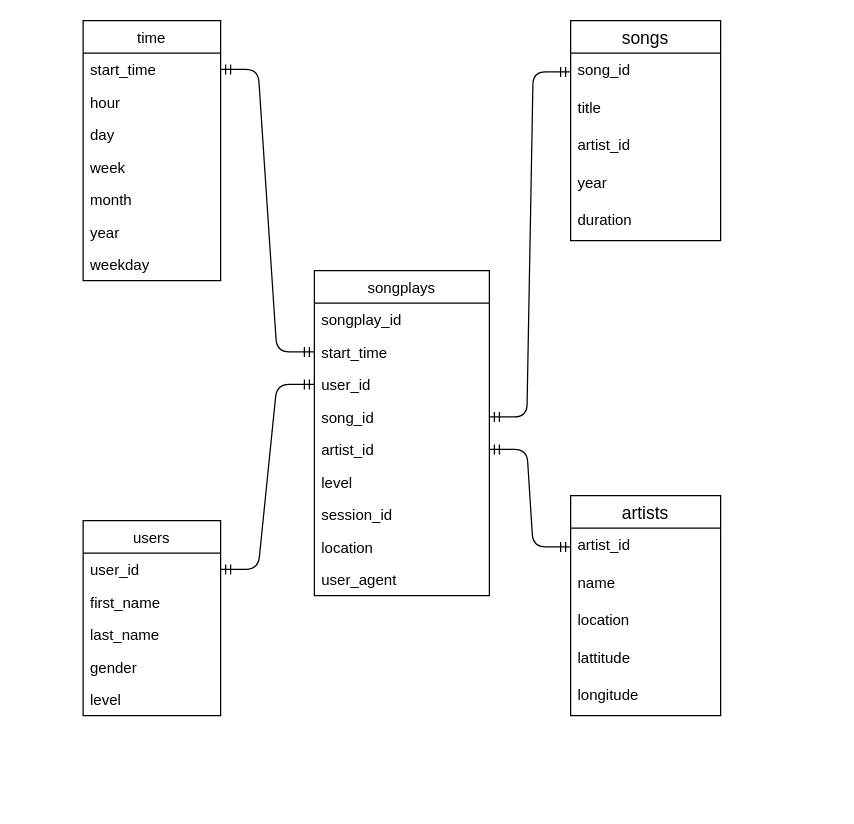
This is song_analysis.drawio from yugyesh/song_analysis_warehouse, a draw.io file, before an edit. Source tidied: cells renumbered, new cells numbered last; positions are measured from the earlier drawing's top-left corner, leaving out a move shared by most shapes. Both pictures are drawn from the tidied source at 125%, with x=0, y=0 at pixel (82, 20).
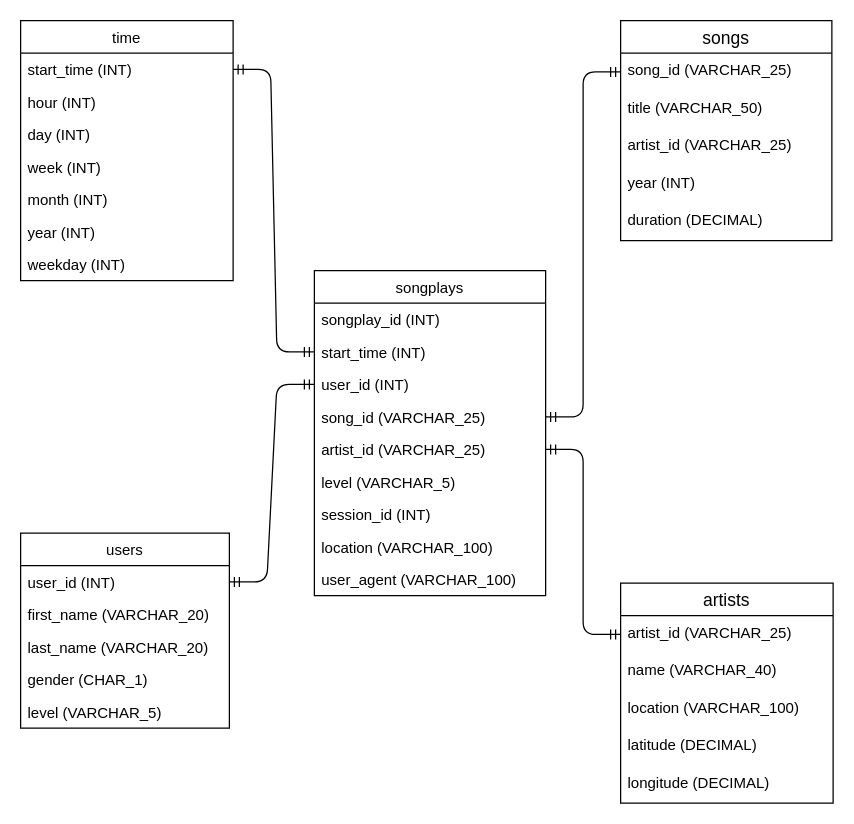
The same page after the edit.

Change to the diagram source:
```diff
@@
     <mxCell id="2" value="songplays" style="swimlane;fontStyle=0;horizontal=1;startSize=26;" parent="1" vertex="1">
-      <mxGeometry x="185" y="200" width="140" height="260" as="geometry" />
+      <mxGeometry x="185" y="200" width="185" height="260" as="geometry" />
     </mxCell>
-    <mxCell id="3" value="songplay_id" style="text;strokeColor=none;fillColor=none;align=left;verticalAlign=top;spacingLeft=4;spacingRight=4;overflow=hidden;" parent="2" vertex="1">
-      <mxGeometry y="26" width="140" height="26" as="geometry" />
+    <mxCell id="3" value="songplay_id (INT)" style="text;strokeColor=none;fillColor=none;align=left;verticalAlign=top;spacingLeft=4;spacingRight=4;overflow=hidden;" parent="2" vertex="1">
+      <mxGeometry y="26" width="185" height="26" as="geometry" />
     </mxCell>
-    <mxCell id="4" value="start_time" style="text;strokeColor=none;fillColor=none;align=left;verticalAlign=top;spacingLeft=4;spacingRight=4;overflow=hidden;points=[[0,0.5],[1,0.5]];portConstraint=eastwest;" parent="2" vertex="1">
-      <mxGeometry y="52" width="140" height="26" as="geometry" />
+    <mxCell id="4" value="start_time (INT)" style="text;strokeColor=none;fillColor=none;align=left;verticalAlign=top;spacingLeft=4;spacingRight=4;overflow=hidden;points=[[0,0.5],[1,0.5]];portConstraint=eastwest;" parent="2" vertex="1">
+      <mxGeometry y="52" width="185" height="26" as="geometry" />
     </mxCell>
-    <mxCell id="5" value="user_id" style="text;strokeColor=none;fillColor=none;align=left;verticalAlign=top;spacingLeft=4;spacingRight=4;overflow=hidden;points=[[0,0.5],[1,0.5]];portConstraint=eastwest;" parent="2" vertex="1">
-      <mxGeometry y="78" width="140" height="26" as="geometry" />
+    <mxCell id="5" value="user_id (INT)" style="text;strokeColor=none;fillColor=none;align=left;verticalAlign=top;spacingLeft=4;spacingRight=4;overflow=hidden;points=[[0,0.5],[1,0.5]];portConstraint=eastwest;" parent="2" vertex="1">
+      <mxGeometry y="78" width="185" height="26" as="geometry" />
     </mxCell>
-    <mxCell id="6" value="song_id" style="text;strokeColor=none;fillColor=none;align=left;verticalAlign=top;spacingLeft=4;spacingRight=4;overflow=hidden;points=[[0,0.5],[1,0.5]];portConstraint=eastwest;" parent="2" vertex="1">
-      <mxGeometry y="104" width="140" height="26" as="geometry" />
+    <mxCell id="6" value="song_id (VARCHAR_25)" style="text;strokeColor=none;fillColor=none;align=left;verticalAlign=top;spacingLeft=4;spacingRight=4;overflow=hidden;points=[[0,0.5],[1,0.5]];portConstraint=eastwest;" parent="2" vertex="1">
+      <mxGeometry y="104" width="185" height="26" as="geometry" />
     </mxCell>
-    <mxCell id="7" value="artist_id" style="text;strokeColor=none;fillColor=none;align=left;verticalAlign=top;spacingLeft=4;spacingRight=4;overflow=hidden;points=[[0,0.5],[1,0.5]];portConstraint=eastwest;" parent="2" vertex="1">
-      <mxGeometry y="130" width="140" height="26" as="geometry" />
+    <mxCell id="7" value="artist_id (VARCHAR_25)" style="text;strokeColor=none;fillColor=none;align=left;verticalAlign=top;spacingLeft=4;spacingRight=4;overflow=hidden;points=[[0,0.5],[1,0.5]];portConstraint=eastwest;" parent="2" vertex="1">
+      <mxGeometry y="130" width="185" height="26" as="geometry" />
     </mxCell>
-    <mxCell id="8" value="level" style="text;strokeColor=none;fillColor=none;align=left;verticalAlign=top;spacingLeft=4;spacingRight=4;overflow=hidden;" parent="2" vertex="1">
-      <mxGeometry y="156" width="140" height="26" as="geometry" />
+    <mxCell id="8" value="level (VARCHAR_5)" style="text;strokeColor=none;fillColor=none;align=left;verticalAlign=top;spacingLeft=4;spacingRight=4;overflow=hidden;" parent="2" vertex="1">
+      <mxGeometry y="156" width="185" height="26" as="geometry" />
     </mxCell>
-    <mxCell id="9" value="session_id    " style="text;strokeColor=none;fillColor=none;align=left;verticalAlign=top;spacingLeft=4;spacingRight=4;overflow=hidden;" parent="2" vertex="1">
-      <mxGeometry y="182" width="140" height="26" as="geometry" />
+    <mxCell id="9" value="session_id (INT)" style="text;strokeColor=none;fillColor=none;align=left;verticalAlign=top;spacingLeft=4;spacingRight=4;overflow=hidden;" parent="2" vertex="1">
+      <mxGeometry y="182" width="185" height="26" as="geometry" />
     </mxCell>
-    <mxCell id="10" value="location" style="text;strokeColor=none;fillColor=none;align=left;verticalAlign=top;spacingLeft=4;spacingRight=4;overflow=hidden;" parent="2" vertex="1">
-      <mxGeometry y="208" width="140" height="26" as="geometry" />
+    <mxCell id="10" value="location (VARCHAR_100)" style="text;strokeColor=none;fillColor=none;align=left;verticalAlign=top;spacingLeft=4;spacingRight=4;overflow=hidden;" parent="2" vertex="1">
+      <mxGeometry y="208" width="185" height="26" as="geometry" />
     </mxCell>
-    <mxCell id="11" value="user_agent" style="text;strokeColor=none;fillColor=none;align=left;verticalAlign=top;spacingLeft=4;spacingRight=4;overflow=hidden;" parent="2" vertex="1">
-      <mxGeometry y="234" width="140" height="26" as="geometry" />
+    <mxCell id="11" value="user_agent (VARCHAR_100)" style="text;strokeColor=none;fillColor=none;align=left;verticalAlign=top;spacingLeft=4;spacingRight=4;overflow=hidden;" parent="2" vertex="1">
+      <mxGeometry y="234" width="185" height="26" as="geometry" />
     </mxCell>
     <mxCell id="12" value="users" style="swimlane;fontStyle=0;horizontal=1;startSize=26;" parent="1" vertex="1">
-      <mxGeometry y="400" width="110" height="156" as="geometry" />
+      <mxGeometry x="-50" y="410" width="167" height="156" as="geometry" />
     </mxCell>
-    <mxCell id="13" value="user_id" style="text;strokeColor=none;fillColor=none;align=left;verticalAlign=top;spacingLeft=4;spacingRight=4;overflow=hidden;points=[[0,0.5],[1,0.5]];portConstraint=eastwest;" parent="12" vertex="1">
-      <mxGeometry y="26" width="110" height="26" as="geometry" />
+    <mxCell id="13" value="user_id (INT)" style="text;strokeColor=none;fillColor=none;align=left;verticalAlign=top;spacingLeft=4;spacingRight=4;overflow=hidden;points=[[0,0.5],[1,0.5]];portConstraint=eastwest;" parent="12" vertex="1">
+      <mxGeometry y="26" width="167" height="26" as="geometry" />
     </mxCell>
-    <mxCell id="14" value="first_name    " style="text;strokeColor=none;fillColor=none;align=left;verticalAlign=top;spacingLeft=4;spacingRight=4;overflow=hidden;" parent="12" vertex="1">
-      <mxGeometry y="52" width="110" height="26" as="geometry" />
+    <mxCell id="14" value="first_name (VARCHAR_20)" style="text;strokeColor=none;fillColor=none;align=left;verticalAlign=top;spacingLeft=4;spacingRight=4;overflow=hidden;" parent="12" vertex="1">
+      <mxGeometry y="52" width="167" height="26" as="geometry" />
     </mxCell>
-    <mxCell id="15" value="last_name" style="text;strokeColor=none;fillColor=none;align=left;verticalAlign=top;spacingLeft=4;spacingRight=4;overflow=hidden;" parent="12" vertex="1">
-      <mxGeometry y="78" width="110" height="26" as="geometry" />
+    <mxCell id="15" value="last_name (VARCHAR_20)" style="text;strokeColor=none;fillColor=none;align=left;verticalAlign=top;spacingLeft=4;spacingRight=4;overflow=hidden;" parent="12" vertex="1">
+      <mxGeometry y="78" width="167" height="26" as="geometry" />
     </mxCell>
-    <mxCell id="16" value="gender" style="text;strokeColor=none;fillColor=none;align=left;verticalAlign=top;spacingLeft=4;spacingRight=4;overflow=hidden;" parent="12" vertex="1">
-      <mxGeometry y="104" width="110" height="26" as="geometry" />
+    <mxCell id="16" value="gender (CHAR_1)" style="text;strokeColor=none;fillColor=none;align=left;verticalAlign=top;spacingLeft=4;spacingRight=4;overflow=hidden;" parent="12" vertex="1">
+      <mxGeometry y="104" width="167" height="26" as="geometry" />
     </mxCell>
-    <mxCell id="17" value="level" style="text;strokeColor=none;fillColor=none;align=left;verticalAlign=top;spacingLeft=4;spacingRight=4;overflow=hidden;" parent="12" vertex="1">
-      <mxGeometry y="130" width="110" height="26" as="geometry" />
+    <mxCell id="17" value="level (VARCHAR_5)" style="text;strokeColor=none;fillColor=none;align=left;verticalAlign=top;spacingLeft=4;spacingRight=4;overflow=hidden;" parent="12" vertex="1">
+      <mxGeometry y="130" width="167" height="26" as="geometry" />
     </mxCell>
@@
     <mxCell id="19" value="songs" style="swimlane;fontStyle=0;horizontal=1;startSize=26;align=center;fontSize=14;" parent="1" vertex="1">
-      <mxGeometry x="390" width="120" height="176" as="geometry" />
+      <mxGeometry x="430" width="169" height="176" as="geometry" />
     </mxCell>
-    <mxCell id="20" value="song_id" style="text;strokeColor=none;fillColor=none;spacingLeft=4;spacingRight=4;overflow=hidden;points=[[0,0.5],[1,0.5]];portConstraint=eastwest;fontSize=12;" parent="19" vertex="1">
-      <mxGeometry y="26" width="120" height="30" as="geometry" />
+    <mxCell id="20" value="song_id (VARCHAR_25)" style="text;strokeColor=none;fillColor=none;spacingLeft=4;spacingRight=4;overflow=hidden;points=[[0,0.5],[1,0.5]];portConstraint=eastwest;fontSize=12;" parent="19" vertex="1">
+      <mxGeometry y="26" width="169" height="30" as="geometry" />
     </mxCell>
-    <mxCell id="21" value="title" style="text;strokeColor=none;fillColor=none;spacingLeft=4;spacingRight=4;overflow=hidden;fontSize=12;" parent="19" vertex="1">
-      <mxGeometry y="56" width="120" height="30" as="geometry" />
+    <mxCell id="21" value="title (VARCHAR_50)" style="text;strokeColor=none;fillColor=none;spacingLeft=4;spacingRight=4;overflow=hidden;fontSize=12;" parent="19" vertex="1">
+      <mxGeometry y="56" width="169" height="30" as="geometry" />
     </mxCell>
-    <mxCell id="22" value="artist_id" style="text;strokeColor=none;fillColor=none;spacingLeft=4;spacingRight=4;overflow=hidden;fontSize=12;" parent="19" vertex="1">
-      <mxGeometry y="86" width="120" height="30" as="geometry" />
+    <mxCell id="22" value="artist_id (VARCHAR_25)" style="text;strokeColor=none;fillColor=none;spacingLeft=4;spacingRight=4;overflow=hidden;fontSize=12;" parent="19" vertex="1">
+      <mxGeometry y="86" width="169" height="30" as="geometry" />
     </mxCell>
-    <mxCell id="23" value="year" style="text;strokeColor=none;fillColor=none;spacingLeft=4;spacingRight=4;overflow=hidden;fontSize=12;" parent="19" vertex="1">
-      <mxGeometry y="116" width="120" height="30" as="geometry" />
+    <mxCell id="23" value="year (INT)" style="text;strokeColor=none;fillColor=none;spacingLeft=4;spacingRight=4;overflow=hidden;fontSize=12;" parent="19" vertex="1">
+      <mxGeometry y="116" width="169" height="30" as="geometry" />
     </mxCell>
-    <mxCell id="24" value="duration" style="text;strokeColor=none;fillColor=none;spacingLeft=4;spacingRight=4;overflow=hidden;fontSize=12;" parent="19" vertex="1">
-      <mxGeometry y="146" width="120" height="30" as="geometry" />
+    <mxCell id="24" value="duration (DECIMAL)" style="text;strokeColor=none;fillColor=none;spacingLeft=4;spacingRight=4;overflow=hidden;fontSize=12;" parent="19" vertex="1">
+      <mxGeometry y="146" width="169" height="30" as="geometry" />
     </mxCell>
@@
     <mxCell id="26" value="artists" style="swimlane;fontStyle=0;horizontal=1;startSize=26;align=center;fontSize=14;" parent="1" vertex="1">
-      <mxGeometry x="390" y="380" width="120" height="176" as="geometry" />
+      <mxGeometry x="430" y="450" width="170" height="176" as="geometry" />
     </mxCell>
-    <mxCell id="27" value="artist_id" style="text;strokeColor=none;fillColor=none;spacingLeft=4;spacingRight=4;overflow=hidden;points=[[0,0.5],[1,0.5]];portConstraint=eastwest;fontSize=12;" parent="26" vertex="1">
-      <mxGeometry y="26" width="120" height="30" as="geometry" />
+    <mxCell id="27" value="artist_id (VARCHAR_25)" style="text;strokeColor=none;fillColor=none;spacingLeft=4;spacingRight=4;overflow=hidden;points=[[0,0.5],[1,0.5]];portConstraint=eastwest;fontSize=12;" parent="26" vertex="1">
+      <mxGeometry y="26" width="170" height="30" as="geometry" />
     </mxCell>
-    <mxCell id="28" value="name    " style="text;strokeColor=none;fillColor=none;spacingLeft=4;spacingRight=4;overflow=hidden;fontSize=12;" parent="26" vertex="1">
-      <mxGeometry y="56" width="120" height="30" as="geometry" />
+    <mxCell id="28" value="name (VARCHAR_40)" style="text;strokeColor=none;fillColor=none;spacingLeft=4;spacingRight=4;overflow=hidden;fontSize=12;" parent="26" vertex="1">
+      <mxGeometry y="56" width="170" height="30" as="geometry" />
     </mxCell>
-    <mxCell id="29" value="location" style="text;strokeColor=none;fillColor=none;spacingLeft=4;spacingRight=4;overflow=hidden;fontSize=12;" parent="26" vertex="1">
-      <mxGeometry y="86" width="120" height="30" as="geometry" />
+    <mxCell id="29" value="location (VARCHAR_100)" style="text;strokeColor=none;fillColor=none;spacingLeft=4;spacingRight=4;overflow=hidden;fontSize=12;" parent="26" vertex="1">
+      <mxGeometry y="86" width="170" height="30" as="geometry" />
     </mxCell>
-    <mxCell id="30" value="lattitude" style="text;strokeColor=none;fillColor=none;spacingLeft=4;spacingRight=4;overflow=hidden;fontSize=12;" parent="26" vertex="1">
-      <mxGeometry y="116" width="120" height="30" as="geometry" />
+    <mxCell id="30" value="latitude (DECIMAL)" style="text;strokeColor=none;fillColor=none;spacingLeft=4;spacingRight=4;overflow=hidden;fontSize=12;" parent="26" vertex="1">
+      <mxGeometry y="116" width="170" height="30" as="geometry" />
     </mxCell>
-    <mxCell id="31" value="longitude" style="text;strokeColor=none;fillColor=none;spacingLeft=4;spacingRight=4;overflow=hidden;fontSize=12;" parent="26" vertex="1">
-      <mxGeometry y="146" width="120" height="30" as="geometry" />
+    <mxCell id="31" value="longitude (DECIMAL)" style="text;strokeColor=none;fillColor=none;spacingLeft=4;spacingRight=4;overflow=hidden;fontSize=12;" parent="26" vertex="1">
+      <mxGeometry y="146" width="170" height="30" as="geometry" />
     </mxCell>
     <mxCell id="32" value="time" style="swimlane;fontStyle=0;horizontal=1;startSize=26;" parent="1" vertex="1">
-      <mxGeometry width="110" height="208" as="geometry" />
+      <mxGeometry x="-50" width="170" height="208" as="geometry" />
     </mxCell>
-    <mxCell id="33" value="start_time" style="text;strokeColor=none;fillColor=none;align=left;verticalAlign=top;spacingLeft=4;spacingRight=4;overflow=hidden;points=[[0,0.5],[1,0.5]];portConstraint=eastwest;" parent="32" vertex="1">
-      <mxGeometry y="26" width="110" height="26" as="geometry" />
+    <mxCell id="33" value="start_time (INT)" style="text;strokeColor=none;fillColor=none;align=left;verticalAlign=top;spacingLeft=4;spacingRight=4;overflow=hidden;points=[[0,0.5],[1,0.5]];portConstraint=eastwest;" parent="32" vertex="1">
+      <mxGeometry y="26" width="170" height="26" as="geometry" />
     </mxCell>
-    <mxCell id="34" value="hour" style="text;strokeColor=none;fillColor=none;align=left;verticalAlign=top;spacingLeft=4;spacingRight=4;overflow=hidden;" parent="32" vertex="1">
-      <mxGeometry y="52" width="110" height="26" as="geometry" />
+    <mxCell id="34" value="hour (INT)" style="text;strokeColor=none;fillColor=none;align=left;verticalAlign=top;spacingLeft=4;spacingRight=4;overflow=hidden;" parent="32" vertex="1">
+      <mxGeometry y="52" width="170" height="26" as="geometry" />
     </mxCell>
-    <mxCell id="35" value="day" style="text;strokeColor=none;fillColor=none;align=left;verticalAlign=top;spacingLeft=4;spacingRight=4;overflow=hidden;" parent="32" vertex="1">
-      <mxGeometry y="78" width="110" height="26" as="geometry" />
+    <mxCell id="35" value="day (INT)" style="text;strokeColor=none;fillColor=none;align=left;verticalAlign=top;spacingLeft=4;spacingRight=4;overflow=hidden;" parent="32" vertex="1">
+      <mxGeometry y="78" width="170" height="26" as="geometry" />
     </mxCell>
-    <mxCell id="36" value="week" style="text;strokeColor=none;fillColor=none;align=left;verticalAlign=top;spacingLeft=4;spacingRight=4;overflow=hidden;" parent="32" vertex="1">
-      <mxGeometry y="104" width="110" height="26" as="geometry" />
+    <mxCell id="36" value="week (INT)" style="text;strokeColor=none;fillColor=none;align=left;verticalAlign=top;spacingLeft=4;spacingRight=4;overflow=hidden;" parent="32" vertex="1">
+      <mxGeometry y="104" width="170" height="26" as="geometry" />
     </mxCell>
-    <mxCell id="37" value="month" style="text;strokeColor=none;fillColor=none;align=left;verticalAlign=top;spacingLeft=4;spacingRight=4;overflow=hidden;" parent="32" vertex="1">
-      <mxGeometry y="130" width="110" height="26" as="geometry" />
+    <mxCell id="37" value="month (INT)" style="text;strokeColor=none;fillColor=none;align=left;verticalAlign=top;spacingLeft=4;spacingRight=4;overflow=hidden;" parent="32" vertex="1">
+      <mxGeometry y="130" width="170" height="26" as="geometry" />
     </mxCell>
-    <mxCell id="38" value="year" style="text;strokeColor=none;fillColor=none;align=left;verticalAlign=top;spacingLeft=4;spacingRight=4;overflow=hidden;" parent="32" vertex="1">
-      <mxGeometry y="156" width="110" height="26" as="geometry" />
+    <mxCell id="38" value="year (INT)" style="text;strokeColor=none;fillColor=none;align=left;verticalAlign=top;spacingLeft=4;spacingRight=4;overflow=hidden;" parent="32" vertex="1">
+      <mxGeometry y="156" width="170" height="26" as="geometry" />
     </mxCell>
-    <mxCell id="39" value="weekday" style="text;strokeColor=none;fillColor=none;align=left;verticalAlign=top;spacingLeft=4;spacingRight=4;overflow=hidden;" parent="32" vertex="1">
-      <mxGeometry y="182" width="110" height="26" as="geometry" />
+    <mxCell id="39" value="weekday (INT)" style="text;strokeColor=none;fillColor=none;align=left;verticalAlign=top;spacingLeft=4;spacingRight=4;overflow=hidden;" parent="32" vertex="1">
+      <mxGeometry y="182" width="170" height="26" as="geometry" />
     </mxCell>
```
